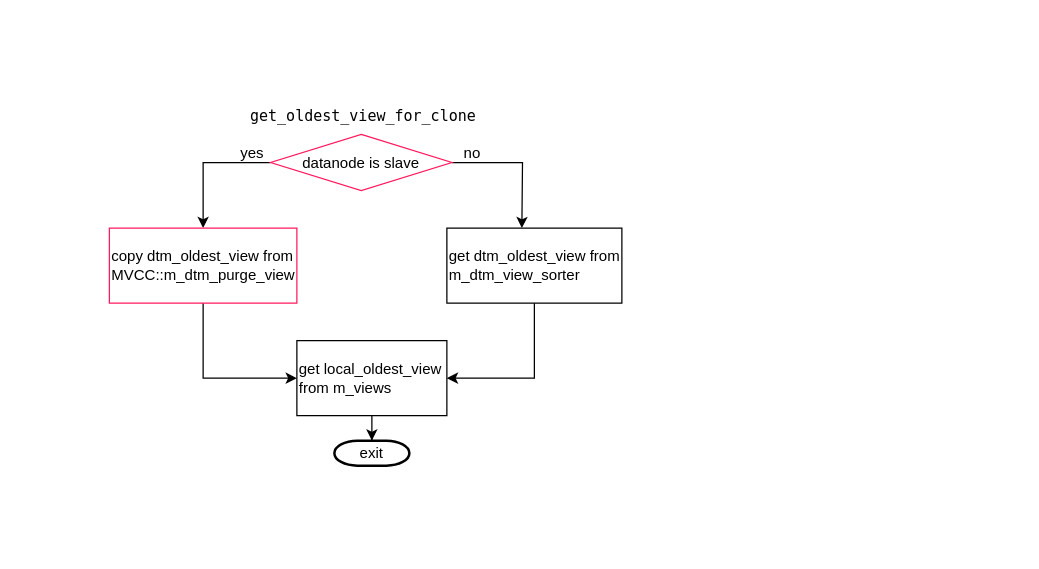
xiao1024/picture keeps this draw.io diagram as page "get_oldest_view_for_clone" (2 of 2) of Untitled Diagram.drawio. Above is the earlier version. Source tidied: cells renumbered, new cells numbered last; positions are measured from the earlier drawing's top-left corner, leaving out a move shared by most shapes. Both pictures are drawn from the tidied source at 125%, with x=0, y=0 at pixel (109, 96).
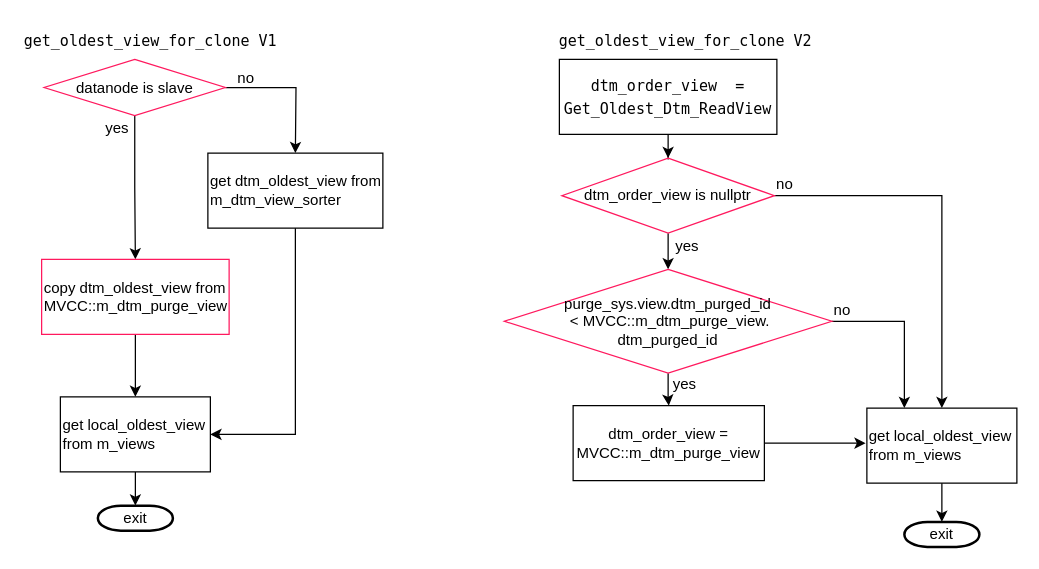
Above is the later version.

What changed in the source:
```diff
@@
-    <mxCell id="2" value="&lt;div style=&quot;font-style: normal ; font-weight: normal ; letter-spacing: normal ; text-indent: 0px ; text-transform: none ; word-spacing: 0px ; text-decoration: none ; font-family: &amp;#34;menlo&amp;#34; , &amp;#34;monaco&amp;#34; , &amp;#34;courier new&amp;#34; , monospace ; font-size: 12px ; line-height: 18px&quot;&gt;&lt;div&gt;get_oldest_view_for_clone&lt;/div&gt;&lt;/div&gt;" style="text;whiteSpace=wrap;html=1;" parent="1" vertex="1">
-      <mxGeometry x="111.2" width="210" height="30" as="geometry" />
+    <mxCell id="2" value="&lt;div style=&quot;font-style: normal ; font-weight: normal ; letter-spacing: normal ; text-indent: 0px ; text-transform: none ; word-spacing: 0px ; text-decoration: none ; font-family: &amp;#34;menlo&amp;#34; , &amp;#34;monaco&amp;#34; , &amp;#34;courier new&amp;#34; , monospace ; font-size: 12px ; line-height: 18px&quot;&gt;&lt;div&gt;get_oldest_view_for_clone V1&lt;/div&gt;&lt;/div&gt;" style="text;whiteSpace=wrap;html=1;" parent="1" vertex="1">
+      <mxGeometry x="-70" y="-60" width="210" height="30" as="geometry" />
     </mxCell>
     <mxCell id="3" style="edgeStyle=orthogonalEdgeStyle;rounded=0;orthogonalLoop=1;jettySize=auto;html=1;exitX=0.5;exitY=1;exitDx=0;exitDy=0;exitPerimeter=0;fontColor=#000000;" parent="1" edge="1">
       <mxGeometry relative="1" as="geometry">
-        <mxPoint x="211.5" y="85" as="sourcePoint" />
-        <mxPoint x="211.5" y="85" as="targetPoint" />
+        <mxPoint x="30.2" y="25" as="sourcePoint" />
+        <mxPoint x="30.2" y="25" as="targetPoint" />
       </mxGeometry>
     </mxCell>
-    <mxCell id="4" style="edgeStyle=orthogonalEdgeStyle;rounded=0;jettySize=auto;html=1;fontColor=#000000;exitX=0;exitY=0.5;exitDx=0;exitDy=0;" parent="1" edge="1" source="6" target="8">
+    <mxCell id="4" style="edgeStyle=orthogonalEdgeStyle;rounded=0;jettySize=auto;html=1;fontColor=#000000;exitX=0.5;exitY=1;exitDx=0;exitDy=0;" parent="1" edge="1" source="6" target="8">
       <mxGeometry relative="1" as="geometry" />
     </mxCell>
     <mxCell id="5" style="edgeStyle=orthogonalEdgeStyle;rounded=0;jettySize=auto;html=1;fontColor=#000000;" parent="1" edge="1" source="6">
       <mxGeometry relative="1" as="geometry">
-        <mxPoint x="330" y="105" as="targetPoint" />
+        <mxPoint x="148.8" y="45" as="targetPoint" />
       </mxGeometry>
     </mxCell>
     <mxCell id="6" value="datanode is slave" style="rhombus;whiteSpace=wrap;html=1;rounded=0;fontColor=#000000;strokeColor=#FF195E;fillColor=none;align=center;verticalAlign=middle;" parent="1" vertex="1">
-      <mxGeometry x="129" y="30" width="145" height="45" as="geometry" />
+      <mxGeometry x="-52.2" y="-30" width="145" height="45" as="geometry" />
     </mxCell>
-    <mxCell id="7" style="edgeStyle=orthogonalEdgeStyle;rounded=0;jettySize=auto;html=1;entryX=0;entryY=0.5;entryDx=0;entryDy=0;fontColor=#000000;" parent="1" edge="1" source="8" target="14">
+    <mxCell id="7" style="edgeStyle=orthogonalEdgeStyle;rounded=0;jettySize=auto;html=1;entryX=0.5;entryY=0;entryDx=0;entryDy=0;fontColor=#000000;" parent="1" edge="1" source="8" target="14">
       <mxGeometry relative="1" as="geometry" />
     </mxCell>
     <mxCell id="8" value="&lt;span&gt;copy dtm_oldest_view from MVCC::m_dtm_purge_view&lt;br&gt;&lt;/span&gt;" style="rounded=0;whiteSpace=wrap;html=1;fontColor=#000000;strokeColor=#FF195E;fillColor=none;align=left;verticalAlign=middle;" parent="1" vertex="1">
-      <mxGeometry y="105" width="150" height="60" as="geometry" />
+      <mxGeometry x="-54.2" y="130" width="150" height="60" as="geometry" />
     </mxCell>
     <mxCell id="9" value="yes" style="text;html=1;align=center;verticalAlign=middle;strokeColor=none;fontColor=#000000;" parent="1" vertex="1">
-      <mxGeometry x="99" y="35" width="30" height="20" as="geometry" />
+      <mxGeometry x="-9.2" y="15" width="30" height="20" as="geometry" />
     </mxCell>
@@
     <mxCell id="11" value="get dtm_oldest_view from m_dtm_view_sorter" style="rounded=0;whiteSpace=wrap;html=1;fontColor=#000000;fillColor=none;align=left;verticalAlign=middle;" parent="1" vertex="1">
-      <mxGeometry x="270" y="105" width="140" height="60" as="geometry" />
+      <mxGeometry x="78.8" y="45" width="140" height="60" as="geometry" />
     </mxCell>
     <mxCell id="12" value="no" style="text;html=1;align=center;verticalAlign=middle;strokeColor=none;fontColor=#000000;" parent="1" vertex="1">
-      <mxGeometry x="275" y="35" width="30" height="20" as="geometry" />
+      <mxGeometry x="93.8" y="-25" width="30" height="20" as="geometry" />
     </mxCell>
@@
     <mxCell id="14" value="get local_oldest_view from m_views" style="rounded=0;whiteSpace=wrap;html=1;fontColor=#000000;strokeColor=#000000;fillColor=none;align=left;verticalAlign=middle;" parent="1" vertex="1">
-      <mxGeometry x="150" y="195" width="120" height="60" as="geometry" />
+      <mxGeometry x="-39.2" y="240" width="120" height="60" as="geometry" />
     </mxCell>
     <mxCell id="15" value="exit" style="strokeWidth=2;html=1;shape=mxgraph.flowchart.terminator;whiteSpace=wrap;rounded=0;fontColor=#000000;fillColor=none;align=center;verticalAlign=middle;" parent="1" vertex="1">
-      <mxGeometry x="180" y="275" width="60" height="20" as="geometry" />
+      <mxGeometry x="-9.2" y="327" width="60" height="20" as="geometry" />
     </mxCell>
+    <mxCell id="16" value="&lt;div style=&quot;font-style: normal ; font-weight: normal ; letter-spacing: normal ; text-indent: 0px ; text-transform: none ; word-spacing: 0px ; text-decoration: none ; font-family: &amp;#34;menlo&amp;#34; , &amp;#34;monaco&amp;#34; , &amp;#34;courier new&amp;#34; , monospace ; font-size: 12px ; line-height: 18px&quot;&gt;&lt;div&gt;get_oldest_view_for_clone V2&lt;/div&gt;&lt;/div&gt;" style="text;whiteSpace=wrap;html=1;" parent="1" vertex="1">
+      <mxGeometry x="358" y="-60" width="210" height="30" as="geometry" />
+    </mxCell>
+    <mxCell id="17" style="edgeStyle=orthogonalEdgeStyle;rounded=0;jettySize=auto;html=1;" parent="1" edge="1" source="18" target="21">
+      <mxGeometry relative="1" as="geometry" />
+    </mxCell>
+    <mxCell id="18" value="&lt;div style=&quot;font-family: &amp;#34;menlo&amp;#34; , &amp;#34;monaco&amp;#34; , &amp;#34;courier new&amp;#34; , monospace ; line-height: 18px&quot;&gt;dtm_order_view &amp;nbsp;= Get_Oldest_Dtm_ReadView&lt;/div&gt;" style="rounded=0;whiteSpace=wrap;html=1;" parent="1" vertex="1">
+      <mxGeometry x="360" y="-30" width="174" height="60" as="geometry" />
+    </mxCell>
+    <mxCell id="19" style="edgeStyle=orthogonalEdgeStyle;rounded=0;jettySize=auto;html=1;entryX=0.5;entryY=0;entryDx=0;entryDy=0;" parent="1" edge="1" source="21" target="31">
+      <mxGeometry relative="1" as="geometry" />
+    </mxCell>
+    <mxCell id="20" style="edgeStyle=orthogonalEdgeStyle;rounded=0;jettySize=auto;html=1;" parent="1" edge="1" source="21" target="25">
+      <mxGeometry relative="1" as="geometry" />
+    </mxCell>
+    <mxCell id="21" value="dtm_order_view is nullptr" style="rhombus;whiteSpace=wrap;html=1;rounded=0;fontColor=#000000;strokeColor=#FF195E;fillColor=none;align=center;verticalAlign=middle;" parent="1" vertex="1">
+      <mxGeometry x="362" y="49" width="170" height="60" as="geometry" />
+    </mxCell>
+    <mxCell id="22" value="no" style="text;html=1;align=center;verticalAlign=middle;strokeColor=none;" parent="1" vertex="1">
+      <mxGeometry x="525" y="60" width="30" height="20" as="geometry" />
+    </mxCell>
+    <mxCell id="23" style="edgeStyle=orthogonalEdgeStyle;rounded=0;jettySize=auto;html=1;" parent="1" edge="1" source="25" target="28">
+      <mxGeometry relative="1" as="geometry" />
+    </mxCell>
+    <mxCell id="24" style="edgeStyle=orthogonalEdgeStyle;rounded=0;jettySize=auto;html=1;entryX=0.25;entryY=0;entryDx=0;entryDy=0;" parent="1" edge="1" source="25" target="31">
+      <mxGeometry relative="1" as="geometry" />
+    </mxCell>
+    <mxCell id="25" value="purge_sys.view.dtm_purged_id&lt;br&gt;&amp;nbsp;&amp;lt;&amp;nbsp;&lt;span style=&quot;text-align: left&quot;&gt;MVCC::m_dtm_purge_view.&lt;br&gt;dtm_purged_id&lt;/span&gt;" style="rhombus;whiteSpace=wrap;html=1;rounded=0;fontColor=#000000;strokeColor=#FF195E;fillColor=none;align=center;verticalAlign=middle;" parent="1" vertex="1">
+      <mxGeometry x="316" y="138" width="262" height="83" as="geometry" />
+    </mxCell>
+    <mxCell id="26" value="yes" style="text;html=1;align=center;verticalAlign=middle;strokeColor=none;" parent="1" vertex="1">
+      <mxGeometry x="447" y="110" width="30" height="20" as="geometry" />
+    </mxCell>
+    <mxCell id="27" style="edgeStyle=orthogonalEdgeStyle;rounded=0;jettySize=auto;html=1;" parent="1" edge="1" source="28">
+      <mxGeometry relative="1" as="geometry">
+        <mxPoint x="605" y="277" as="targetPoint" />
+        <Array as="points">
+          <mxPoint x="600" y="277" />
+        </Array>
+      </mxGeometry>
+    </mxCell>
+    <mxCell id="28" value="dtm_order_view = MVCC::m_dtm_purge_view" style="rounded=0;whiteSpace=wrap;html=1;" parent="1" vertex="1">
+      <mxGeometry x="371" y="247" width="153" height="60" as="geometry" />
+    </mxCell>
+    <mxCell id="29" value="yes" style="text;html=1;align=center;verticalAlign=middle;strokeColor=none;" parent="1" vertex="1">
+      <mxGeometry x="445" y="220" width="30" height="20" as="geometry" />
+    </mxCell>
+    <mxCell id="30" style="edgeStyle=orthogonalEdgeStyle;rounded=0;jettySize=auto;html=1;" parent="1" edge="1" source="31" target="33">
+      <mxGeometry relative="1" as="geometry" />
+    </mxCell>
+    <mxCell id="31" value="get local_oldest_view from m_views" style="rounded=0;whiteSpace=wrap;html=1;fontColor=#000000;strokeColor=#000000;fillColor=none;align=left;verticalAlign=middle;" parent="1" vertex="1">
+      <mxGeometry x="606" y="249" width="120" height="60" as="geometry" />
+    </mxCell>
+    <mxCell id="32" value="no" style="text;html=1;align=center;verticalAlign=middle;strokeColor=none;" parent="1" vertex="1">
+      <mxGeometry x="571" y="161" width="30" height="20" as="geometry" />
+    </mxCell>
+    <mxCell id="33" value="exit" style="strokeWidth=2;html=1;shape=mxgraph.flowchart.terminator;whiteSpace=wrap;rounded=0;fontColor=#000000;fillColor=none;align=center;verticalAlign=middle;" parent="1" vertex="1">
+      <mxGeometry x="636" y="340" width="60" height="20" as="geometry" />
+    </mxCell>
```
